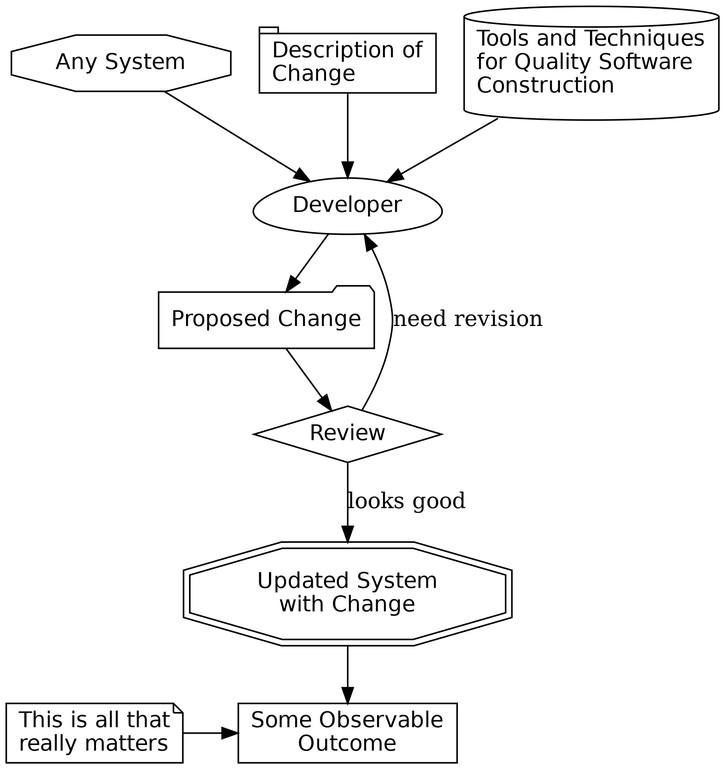
This is images/tradprog.png from davetron5000/naildrivin5.com, a Graphviz export, as it was before one commit. Its source is kept beside it as images/tradprog.dot.
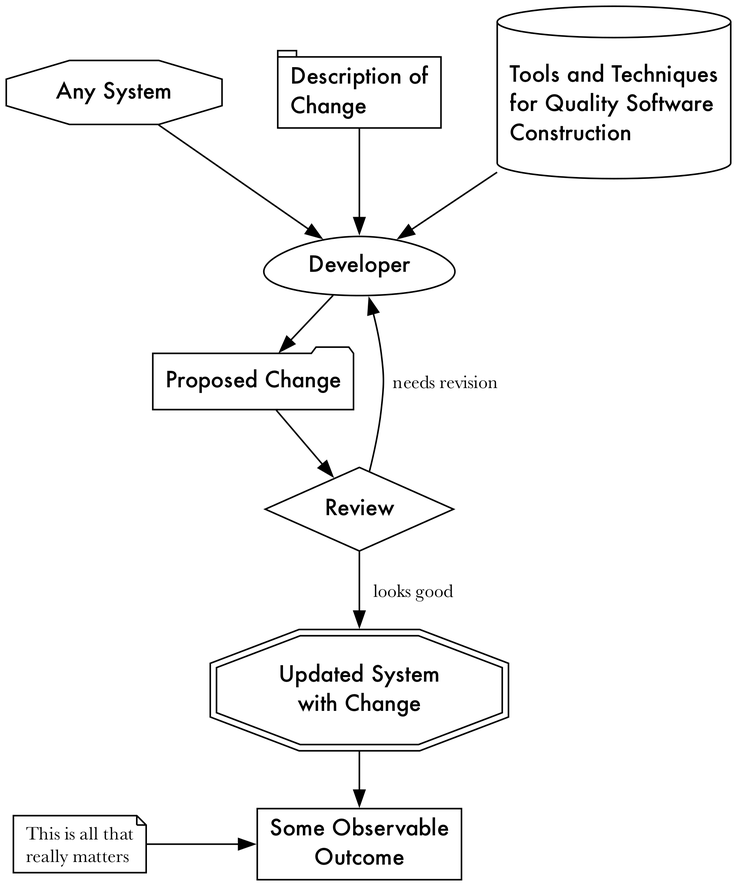
After the change.

Diff of the diagram source:
```diff
@@ -1,26 +1,28 @@
 digraph G {
 
-  node[fontname=baskerville]
+  node[fontname=futura]
+  nodesep=0.5
+  ranksep=0.5
 
   ExistingSystem -> Developer
   ChangeRequest  -> Developer
   BestPractices  -> Developer
   Developer      -> ProposedChange
   ProposedChange -> Review
-  Review         -> Developer[label="need revision"]
-  Review         -> UpdatedSystem[label="looks good"]
+  Review         -> Developer[label="  needs revision", fontname=baskerville, fontsize=12]
+  Review         -> UpdatedSystem[label="   looks good", fontname=baskerville, fontsize=12]
   UpdatedSystem  -> SomeOutcome
   Note           -> SomeOutcome
 
   ExistingSystem [ shape=octagon       label="Any System"]
   ChangeRequest  [ shape=tab           label="Description of\lChange\l"]
-  BestPractices  [ shape=cylinder      label="Tools and Techniques\lfor Quality Software\lConstruction\l"]
+  BestPractices  [ shape=cylinder      label="\lTools and Techniques\lfor Quality Software\lConstruction\l"]
   Developer      [ shape=egg]
   ProposedChange [ shape=folder        label="Proposed Change"]
   Review         [ shape=diamond]
   UpdatedSystem  [ shape=doubleoctagon label="Updated System\nwith Change"]
   SomeOutcome    [ shape=rect          label="Some Observable\nOutcome"]
-  Note           [ shape=note          label="This is all that\lreally matters\l" ]
+  Note           [ shape=note          label="This is all that\lreally matters\l", fontname=baskerville, fontsize=12 ]
 
   { rank=same; SomeOutcome; Note }
 }
```
